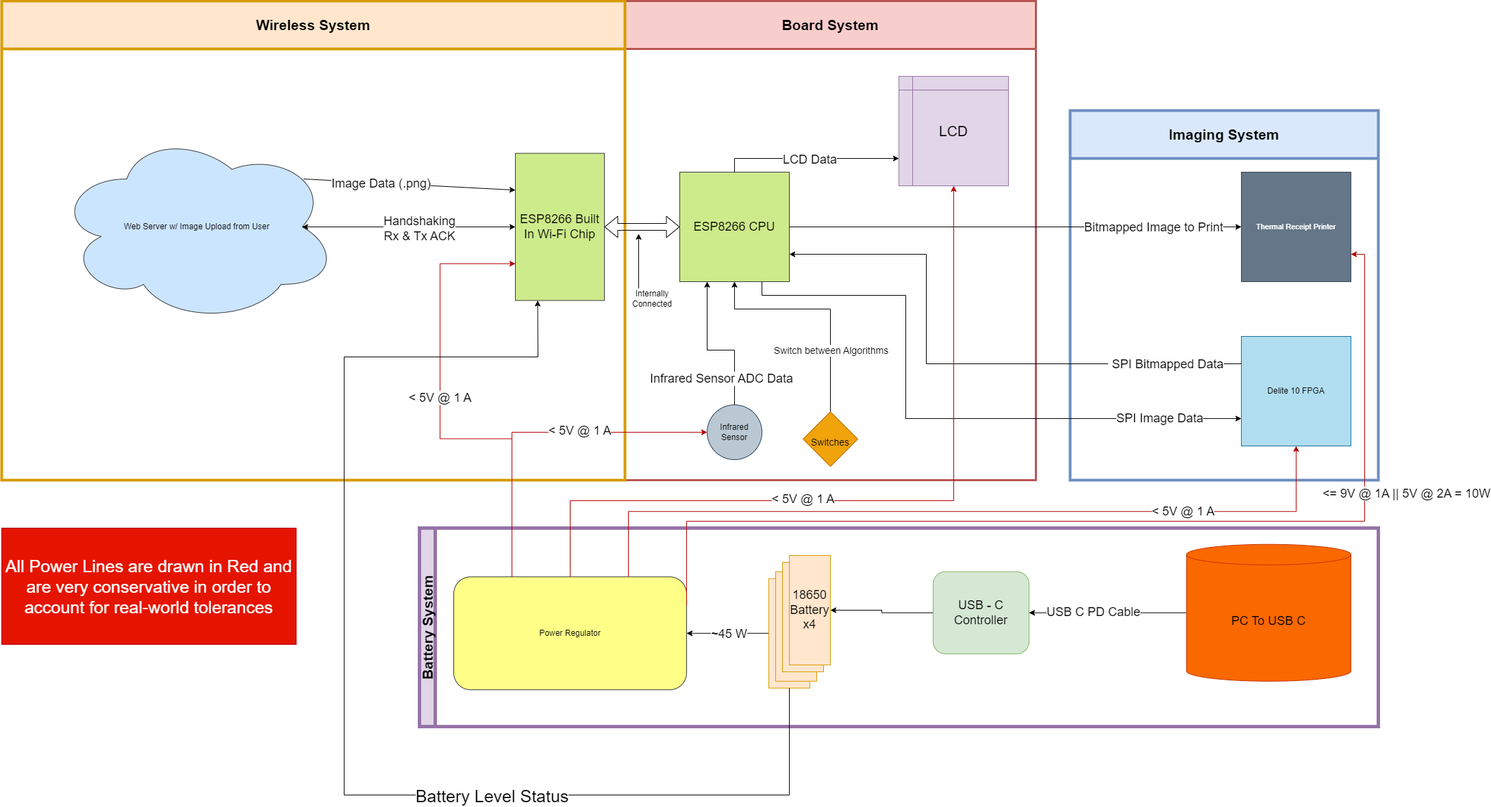
The draw.io diagram Proposal/445_proposal.drawio.png in Jellyyz/Floyd-Steinberg-Dithering-Hardware-Accelerator, before a commit. Source tidied: cells renumbered, new cells last; positions are measured from the earlier drawing's top-left corner, leaving out a move shared by most shapes.
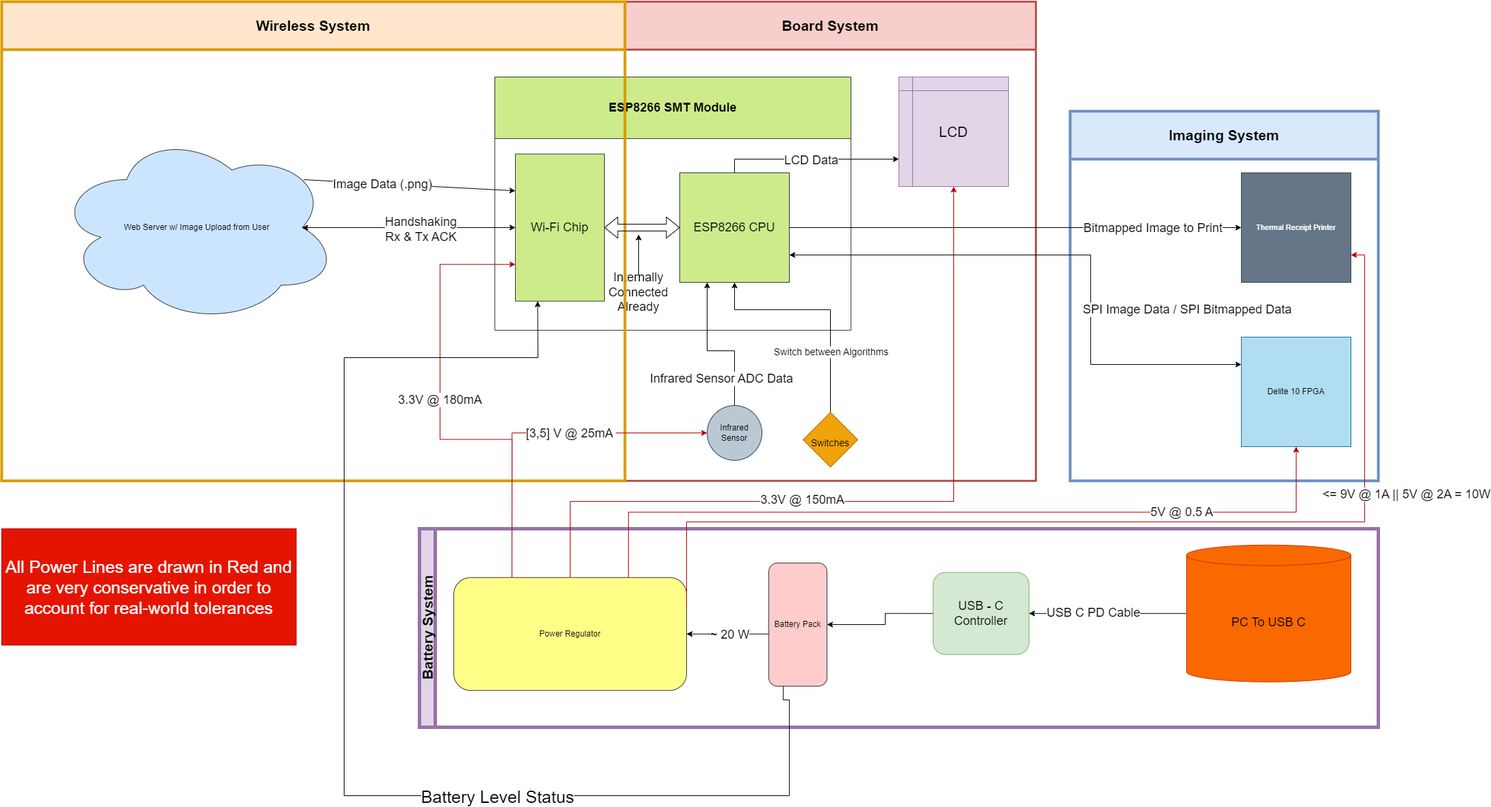
After the change.

Commit message:
design document + datasheets + updated block diagram

Diff of the diagram source:
```diff
@@ -8,9 +8,23 @@
     <mxCell id="3" value="&lt;font style=&quot;font-size: 21px;&quot;&gt;LCD&lt;/font&gt;" style="shape=internalStorage;whiteSpace=wrap;html=1;backgroundOutline=1;fontSize=11;fillColor=#e1d5e7;strokeColor=#9673a6;" parent="2" vertex="1">
       <mxGeometry x="400" y="110" width="160" height="160" as="geometry" />
     </mxCell>
+    <mxCell id="58" value="ESP8266 SMT Module" style="swimlane;whiteSpace=wrap;html=1;fontSize=18;startSize=90;fillColor=#cdeb8b;strokeColor=#36393d;" parent="2" vertex="1">
+      <mxGeometry x="-190" y="110" width="520" height="370" as="geometry" />
+    </mxCell>
+    <mxCell id="57" value="ESP8266 CPU" style="whiteSpace=wrap;html=1;fontSize=18;fillColor=#cdeb8b;strokeColor=#36393d;" parent="58" vertex="1">
+      <mxGeometry x="270" y="140" width="160" height="160" as="geometry" />
+    </mxCell>
+    <mxCell id="59" style="endArrow=classic;html=1;rounded=0;fontSize=18;" parent="58" edge="1">
+      <mxGeometry relative="1" as="geometry">
+        <mxPoint x="210" y="290" as="sourcePoint" />
+        <mxPoint x="210" y="230" as="targetPoint" />
+      </mxGeometry>
+    </mxCell>
+    <mxCell id="60" value="Internally Connected Already" style="text;html=1;strokeColor=none;fillColor=none;align=center;verticalAlign=middle;whiteSpace=wrap;rounded=0;fontSize=18;" parent="58" vertex="1">
+      <mxGeometry x="180" y="300" width="60" height="30" as="geometry" />
+    </mxCell>
-    <mxCell id="4" style="edgeStyle=orthogonalEdgeStyle;rounded=0;jettySize=auto;html=1;exitX=0.5;exitY=0;exitDx=0;exitDy=0;entryX=0.25;entryY=1;entryDx=0;entryDy=0;fontSize=18;" parent="2" edge="1" source="6">
+    <mxCell id="4" style="edgeStyle=orthogonalEdgeStyle;rounded=0;jettySize=auto;html=1;exitX=0.5;exitY=0;exitDx=0;exitDy=0;entryX=0.25;entryY=1;entryDx=0;entryDy=0;fontSize=18;" parent="2" edge="1" source="6" target="57">
       <mxGeometry relative="1" as="geometry">
-        <mxPoint x="120" y="410" as="targetPoint" />
         <Array as="points">
           <mxPoint x="160" y="510" />
           <mxPoint x="120" y="510" />
@@ -25,22 +39,16 @@
     <mxCell id="6" value="Infrared Sensor" style="ellipse;whiteSpace=wrap;html=1;fontSize=12;fillColor=#bac8d3;strokeColor=#23445d;" parent="2" vertex="1">
       <mxGeometry x="120" y="590" width="80" height="80" as="geometry" />
     </mxCell>
-    <mxCell id="7" style="edgeStyle=orthogonalEdgeStyle;rounded=0;jettySize=auto;html=1;exitX=0.5;exitY=0;exitDx=0;exitDy=0;entryX=0;entryY=0.75;entryDx=0;entryDy=0;fontSize=18;" parent="2" edge="1" target="3">
-      <mxGeometry relative="1" as="geometry">
-        <mxPoint x="160" y="250" as="sourcePoint" />
-        <Array as="points">
-          <mxPoint x="160" y="230" />
-        </Array>
-      </mxGeometry>
+    <mxCell id="7" style="edgeStyle=orthogonalEdgeStyle;rounded=0;jettySize=auto;html=1;exitX=0.5;exitY=0;exitDx=0;exitDy=0;entryX=0;entryY=0.75;entryDx=0;entryDy=0;fontSize=18;" parent="2" edge="1" source="57" target="3">
+      <mxGeometry relative="1" as="geometry" />
     </mxCell>
     <mxCell id="8" value="LCD Data" style="edgeLabel;html=1;align=center;verticalAlign=middle;fontSize=18;" parent="7" vertex="1">
       <mxGeometry x="0.22" y="-1" relative="1" as="geometry">
         <mxPoint x="-29" as="offset" />
       </mxGeometry>
     </mxCell>
-    <mxCell id="9" style="edgeStyle=orthogonalEdgeStyle;rounded=0;jettySize=auto;html=1;exitX=0.5;exitY=0;exitDx=0;exitDy=0;entryX=0.5;entryY=1;entryDx=0;entryDy=0;fontSize=14;" parent="2" edge="1" source="11">
+    <mxCell id="9" style="edgeStyle=orthogonalEdgeStyle;rounded=0;jettySize=auto;html=1;exitX=0.5;exitY=0;exitDx=0;exitDy=0;entryX=0.5;entryY=1;entryDx=0;entryDy=0;fontSize=14;" parent="2" edge="1" source="11" target="57">
       <mxGeometry relative="1" as="geometry">
-        <mxPoint x="160" y="410" as="targetPoint" />
         <Array as="points">
           <mxPoint x="300" y="450" />
           <mxPoint x="160" y="450" />
@@ -55,15 +63,6 @@
     <mxCell id="11" value="&lt;font style=&quot;font-size: 14px;&quot;&gt;Switches&lt;/font&gt;" style="rhombus;whiteSpace=wrap;html=1;fontSize=25;fillColor=#f0a30a;fontColor=#000000;strokeColor=#BD7000;" parent="2" vertex="1">
       <mxGeometry x="260" y="600" width="80" height="80" as="geometry" />
     </mxCell>
-    <mxCell id="12" style="endArrow=classic;html=1;rounded=0;" parent="2" edge="1">
-      <mxGeometry relative="1" as="geometry">
-        <mxPoint x="20" y="420" as="sourcePoint" />
-        <mxPoint x="20" y="340" as="targetPoint" />
-      </mxGeometry>
-    </mxCell>
-    <mxCell id="13" value="Internally Connected" style="text;html=1;strokeColor=none;fillColor=none;align=center;verticalAlign=middle;whiteSpace=wrap;rounded=0;" parent="2" vertex="1">
-      <mxGeometry x="10" y="420" width="60" height="30" as="geometry" />
-    </mxCell>
     <mxCell id="14" value="&lt;span style=&quot;font-size: 21px;&quot;&gt;Imaging System&lt;/span&gt;" style="swimlane;whiteSpace=wrap;html=1;startSize=70;fillColor=#dae8fc;strokeColor=#6c8ebf;strokeWidth=4;" parent="1" vertex="1">
       <mxGeometry x="1560" y="160" width="450" height="540" as="geometry" />
     </mxCell>
@@ -76,31 +75,27 @@
     <mxCell id="17" value="Battery System" style="swimlane;horizontal=0;whiteSpace=wrap;html=1;fontSize=21;fillColor=#e1d5e7;strokeColor=#9673a6;strokeWidth=5;" parent="1" vertex="1">
       <mxGeometry x="610" y="770" width="1400" height="290" as="geometry" />
     </mxCell>
-    <mxCell id="18" style="edgeStyle=orthogonalEdgeStyle;rounded=0;jettySize=auto;html=1;exitX=0;exitY=0.5;exitDx=0;exitDy=0;entryX=1;entryY=0.5;entryDx=0;entryDy=0;fontSize=18;" parent="17" edge="1" source="19" target="29">
+    <mxCell id="18" style="edgeStyle=orthogonalEdgeStyle;rounded=0;jettySize=auto;html=1;exitX=0;exitY=0.5;exitDx=0;exitDy=0;entryX=1;entryY=0.5;entryDx=0;entryDy=0;fontSize=18;" parent="17" edge="1" source="19" target="61">
       <mxGeometry relative="1" as="geometry">
         <Array as="points">
-          <mxPoint x="675" y="124" />
-          <mxPoint x="675" y="120" />
+          <mxPoint x="680" y="124" />
+          <mxPoint x="680" y="140" />
         </Array>
       </mxGeometry>
     </mxCell>
     <mxCell id="19" value="&lt;font style=&quot;font-size: 18px;&quot;&gt;USB - C Controller&lt;/font&gt;" style="rounded=1;whiteSpace=wrap;html=1;fontSize=11;fillColor=#d5e8d4;strokeColor=#82b366;" parent="17" vertex="1">
       <mxGeometry x="750" y="63.8" width="140" height="120" as="geometry" />
     </mxCell>
-    <mxCell id="20" style="edgeStyle=orthogonalEdgeStyle;rounded=0;jettySize=auto;html=1;fontSize=18;" parent="17" edge="1" source="22" target="24">
-      <mxGeometry relative="1" as="geometry" />
+    <mxCell id="20" style="edgeStyle=orthogonalEdgeStyle;rounded=0;jettySize=auto;html=1;fontSize=18;" parent="17" edge="1" target="24">
+      <mxGeometry relative="1" as="geometry">
+        <mxPoint x="510" y="153.8" as="sourcePoint" />
+      </mxGeometry>
     </mxCell>
-    <mxCell id="21" value="~45 W" style="edgeLabel;html=1;align=center;verticalAlign=middle;fontSize=18;" parent="20" vertex="1">
+    <mxCell id="21" value="~ 20&amp;nbsp;W" style="edgeLabel;html=1;align=center;verticalAlign=middle;fontSize=18;" parent="20" vertex="1">
       <mxGeometry x="0.2" y="3" relative="1" as="geometry">
         <mxPoint x="13" y="-3" as="offset" />
       </mxGeometry>
     </mxCell>
-    <mxCell id="22" style="rounded=0;whiteSpace=wrap;html=1;fontSize=18;fillColor=#ffe6cc;strokeColor=#d79b00;" parent="17" vertex="1">
-      <mxGeometry x="510" y="73.8" width="60" height="160" as="geometry" />
-    </mxCell>
-    <mxCell id="23" style="rounded=0;whiteSpace=wrap;html=1;fontSize=18;fillColor=#ffe6cc;strokeColor=#d79b00;" parent="17" vertex="1">
-      <mxGeometry x="520" y="63.8" width="60" height="160" as="geometry" />
-    </mxCell>
     <mxCell id="24" value="Power Regulator" style="rounded=1;whiteSpace=wrap;html=1;fontSize=12;fillColor=#ffff88;strokeColor=#36393d;" parent="17" vertex="1">
       <mxGeometry x="50" y="71.2" width="340" height="165" as="geometry" />
     </mxCell>
@@ -113,19 +108,16 @@
     <mxCell id="27" value="PC To USB C" style="shape=cylinder3;whiteSpace=wrap;html=1;boundedLbl=1;backgroundOutline=1;size=15;fontSize=18;fillColor=#fa6800;fontColor=#000000;strokeColor=#C73500;" parent="17" vertex="1">
       <mxGeometry x="1120" y="23.8" width="240" height="200" as="geometry" />
     </mxCell>
-    <mxCell id="28" style="rounded=0;whiteSpace=wrap;html=1;fontSize=18;fillColor=#ffe6cc;strokeColor=#d79b00;" parent="17" vertex="1">
-      <mxGeometry x="530" y="50" width="60" height="160" as="geometry" />
-    </mxCell>
-    <mxCell id="29" value="18650&lt;br&gt;Battery&lt;br&gt;x4" style="rounded=0;whiteSpace=wrap;html=1;fontSize=18;fillColor=#ffe6cc;strokeColor=#d79b00;" parent="17" vertex="1">
-      <mxGeometry x="540" y="40" width="60" height="160" as="geometry" />
-    </mxCell>
+    <mxCell id="61" value="Battery Pack" style="rounded=1;whiteSpace=wrap;html=1;fillColor=#ffcccc;strokeColor=#36393d;" parent="17" vertex="1">
+      <mxGeometry x="510" y="50" width="85" height="180" as="geometry" />
+    </mxCell>
     <mxCell id="30" value="&lt;span style=&quot;font-size: 21px;&quot;&gt;Wireless System&lt;/span&gt;" style="swimlane;whiteSpace=wrap;html=1;startSize=70;fillColor=#ffe6cc;strokeColor=#d79b00;strokeWidth=4;" parent="1" vertex="1">
       <mxGeometry width="910" height="700" as="geometry" />
     </mxCell>
     <mxCell id="31" value="Web Server w/ Image Upload from User" style="ellipse;shape=cloud;whiteSpace=wrap;html=1;fontSize=12;fillColor=#cce5ff;strokeColor=#36393d;" parent="30" vertex="1">
       <mxGeometry x="80" y="190" width="410" height="280" as="geometry" />
     </mxCell>
-    <mxCell id="32" value="ESP8266 Built In Wi-Fi Chip" style="rounded=0;whiteSpace=wrap;html=1;fontSize=18;fillColor=#cdeb8b;strokeColor=#36393d;" parent="30" vertex="1">
+    <mxCell id="32" value="Wi-Fi Chip" style="rounded=0;whiteSpace=wrap;html=1;fontSize=18;fillColor=#cdeb8b;strokeColor=#36393d;" parent="30" vertex="1">
       <mxGeometry x="750" y="222.5" width="130" height="215" as="geometry" />
     </mxCell>
     <mxCell id="33" style="endArrow=classic;html=1;rounded=0;fontSize=18;exitX=0.88;exitY=0.25;exitDx=0;exitDy=0;exitPerimeter=0;entryX=0;entryY=0.25;entryDx=0;entryDy=0;" parent="30" edge="1" source="31" target="32">
@@ -140,44 +132,11 @@
     <mxCell id="36" value="Handshaking&lt;br style=&quot;border-color: var(--border-color);&quot;&gt;Rx &amp;amp; Tx ACK" style="edgeLabel;html=1;align=center;verticalAlign=middle;fontSize=18;" parent="35" vertex="1">
       <mxGeometry x="0.09" y="-2" relative="1" as="geometry" />
     </mxCell>
-    <mxCell id="37" style="shape=flexArrow;endArrow=classic;startArrow=classic;html=1;rounded=0;fontSize=18;entryX=0;entryY=0.5;entryDx=0;entryDy=0;exitX=1;exitY=0.5;exitDx=0;exitDy=0;" parent="1" edge="1" source="32">
-      <mxGeometry relative="1" as="geometry">
-        <mxPoint x="990" y="330" as="targetPoint" />
-      </mxGeometry>
+    <mxCell id="37" style="shape=flexArrow;endArrow=classic;startArrow=classic;html=1;rounded=0;fontSize=18;entryX=0;entryY=0.5;entryDx=0;entryDy=0;exitX=1;exitY=0.5;exitDx=0;exitDy=0;" parent="1" edge="1" source="32" target="57">
+      <mxGeometry relative="1" as="geometry" />
     </mxCell>
-    <mxCell id="38" style="edgeStyle=orthogonalEdgeStyle;rounded=0;jettySize=auto;html=1;exitX=0.75;exitY=1;exitDx=0;exitDy=0;entryX=0;entryY=0.75;entryDx=0;entryDy=0;fontSize=18;" parent="1" edge="1" target="15">
-      <mxGeometry relative="1" as="geometry">
-        <mxPoint x="1110" y="410" as="sourcePoint" />
-        <Array as="points">
-          <mxPoint x="1110" y="430" />
-          <mxPoint x="1320" y="430" />
-          <mxPoint x="1320" y="610" />
-        </Array>
-      </mxGeometry>
-    </mxCell>
-    <mxCell id="39" value="SPI Image Data" style="edgeLabel;html=1;align=center;verticalAlign=middle;fontSize=18;" parent="38" vertex="1">
-      <mxGeometry x="-0.24" y="-1" relative="1" as="geometry">
-        <mxPoint x="371" y="69" as="offset" />
-      </mxGeometry>
-    </mxCell>
-    <mxCell id="40" style="edgeStyle=orthogonalEdgeStyle;rounded=0;jettySize=auto;html=1;exitX=0;exitY=0.25;exitDx=0;exitDy=0;entryX=1;entryY=0.75;entryDx=0;entryDy=0;fontSize=18;" parent="1" edge="1" source="15">
-      <mxGeometry relative="1" as="geometry">
-        <mxPoint x="1150" y="370" as="targetPoint" />
-        <Array as="points">
-          <mxPoint x="1350" y="530" />
-          <mxPoint x="1350" y="370" />
-        </Array>
-      </mxGeometry>
-    </mxCell>
-    <mxCell id="41" value="&amp;nbsp;SPI Bitmapped Data" style="edgeLabel;html=1;align=center;verticalAlign=middle;fontSize=18;" parent="40" vertex="1">
-      <mxGeometry x="-0.71" y="2" relative="1" as="geometry">
-        <mxPoint x="6" y="-2" as="offset" />
-      </mxGeometry>
-    </mxCell>
-    <mxCell id="42" style="edgeStyle=orthogonalEdgeStyle;rounded=0;jettySize=auto;html=1;exitX=1;exitY=0.5;exitDx=0;exitDy=0;fontSize=18;entryX=0;entryY=0.5;entryDx=0;entryDy=0;" parent="1" edge="1" target="16">
-      <mxGeometry relative="1" as="geometry">
-        <mxPoint x="1150" y="330" as="sourcePoint" />
-      </mxGeometry>
+    <mxCell id="42" style="edgeStyle=orthogonalEdgeStyle;rounded=0;jettySize=auto;html=1;exitX=1;exitY=0.5;exitDx=0;exitDy=0;fontSize=18;entryX=0;entryY=0.5;entryDx=0;entryDy=0;" parent="1" edge="1" source="57" target="16">
+      <mxGeometry relative="1" as="geometry" />
     </mxCell>
     <mxCell id="43" value="Bitmapped Image to Print" style="edgeLabel;html=1;align=center;verticalAlign=middle;fontSize=18;" parent="42" vertex="1">
       <mxGeometry x="0.13" y="-1" relative="1" as="geometry">
@@ -187,15 +146,15 @@
     <mxCell id="44" style="edgeStyle=orthogonalEdgeStyle;rounded=0;jettySize=auto;html=1;exitX=0.25;exitY=0;exitDx=0;exitDy=0;entryX=0;entryY=0.75;entryDx=0;entryDy=0;fontSize=18;fillColor=#e51400;strokeColor=#B20000;" parent="1" edge="1" source="24" target="32">
       <mxGeometry relative="1" as="geometry" />
     </mxCell>
-    <mxCell id="45" value="&amp;lt; 5V @ 1 A" style="edgeLabel;html=1;align=center;verticalAlign=middle;fontSize=18;" parent="44" vertex="1">
+    <mxCell id="45" value="3.3V @ 180mA" style="edgeLabel;html=1;align=center;verticalAlign=middle;fontSize=18;" parent="44" vertex="1">
       <mxGeometry x="0.09" y="1" relative="1" as="geometry" />
     </mxCell>
     <mxCell id="46" style="edgeStyle=orthogonalEdgeStyle;rounded=0;jettySize=auto;html=1;exitX=0.25;exitY=0;exitDx=0;exitDy=0;entryX=0;entryY=0.5;entryDx=0;entryDy=0;fontSize=18;fillColor=#e51400;strokeColor=#B20000;" parent="1" edge="1" source="24" target="6">
       <mxGeometry relative="1" as="geometry" />
     </mxCell>
-    <mxCell id="47" value="&amp;lt; 5V @ 1 A" style="edgeLabel;html=1;align=center;verticalAlign=middle;fontSize=18;" parent="46" vertex="1">
+    <mxCell id="47" value="[3,5] V @ 25mA&amp;nbsp;" style="edgeLabel;html=1;align=center;verticalAlign=middle;fontSize=18;" parent="46" vertex="1">
       <mxGeometry x="0.25" y="3" relative="1" as="geometry">
-        <mxPoint x="-1" as="offset" />
+        <mxPoint x="-13" y="3" as="offset" />
       </mxGeometry>
     </mxCell>
     <mxCell id="48" style="edgeStyle=orthogonalEdgeStyle;rounded=0;jettySize=auto;html=1;exitX=0.5;exitY=0;exitDx=0;exitDy=0;entryX=0.5;entryY=1;entryDx=0;entryDy=0;fontSize=18;fillColor=#e51400;strokeColor=#B20000;" parent="1" edge="1" source="24" target="3">
@@ -206,13 +165,13 @@
         </Array>
       </mxGeometry>
     </mxCell>
-    <mxCell id="49" value="&amp;lt; 5V @ 1 A" style="edgeLabel;html=1;align=center;verticalAlign=middle;fontSize=18;" parent="48" vertex="1">
+    <mxCell id="49" value="3.3V @ 150mA" style="edgeLabel;html=1;align=center;verticalAlign=middle;fontSize=18;" parent="48" vertex="1">
       <mxGeometry x="-0.21" y="3" relative="1" as="geometry" />
     </mxCell>
     <mxCell id="50" style="edgeStyle=orthogonalEdgeStyle;rounded=0;jettySize=auto;html=1;exitX=0.75;exitY=0;exitDx=0;exitDy=0;entryX=0.5;entryY=1;entryDx=0;entryDy=0;fontSize=18;fillColor=#e51400;strokeColor=#B20000;" parent="1" edge="1" source="24" target="15">
       <mxGeometry relative="1" as="geometry" />
     </mxCell>
-    <mxCell id="51" value="&amp;lt; 5V @ 1 A" style="edgeLabel;html=1;align=center;verticalAlign=middle;fontSize=18;" parent="50" vertex="1">
+    <mxCell id="51" value="5V @ 0.5 A" style="edgeLabel;html=1;align=center;verticalAlign=middle;fontSize=18;" parent="50" vertex="1">
       <mxGeometry x="0.55" y="1" relative="1" as="geometry">
         <mxPoint x="-1" as="offset" />
       </mxGeometry>
@@ -234,9 +193,11 @@
     <mxCell id="54" value="&lt;font style=&quot;font-size: 25px;&quot;&gt;All Power Lines are drawn in Red and are very conservative in order to account for real-world tolerances&lt;/font&gt;" style="text;html=1;strokeColor=#B20000;fillColor=#e51400;align=center;verticalAlign=middle;whiteSpace=wrap;rounded=0;fontSize=18;fontColor=#ffffff;" parent="1" vertex="1">
       <mxGeometry y="770" width="430" height="170" as="geometry" />
     </mxCell>
-    <mxCell id="55" style="endArrow=classic;html=1;rounded=0;fontSize=25;exitX=0.5;exitY=1;exitDx=0;exitDy=0;entryX=0.25;entryY=1;entryDx=0;entryDy=0;" parent="1" edge="1" source="22" target="32">
+    <mxCell id="55" style="endArrow=classic;html=1;rounded=0;fontSize=25;exitX=0.25;exitY=1;exitDx=0;exitDy=0;entryX=0.25;entryY=1;entryDx=0;entryDy=0;" parent="1" edge="1" source="61" target="32">
       <mxGeometry relative="1" as="geometry">
         <Array as="points">
+          <mxPoint x="1141" y="1020" />
+          <mxPoint x="1150" y="1020" />
           <mxPoint x="1150" y="1160" />
           <mxPoint x="500" y="1160" />
           <mxPoint x="500" y="520" />
@@ -249,8 +210,18 @@
         <mxPoint x="1" as="offset" />
       </mxGeometry>
     </mxCell>
-    <mxCell id="57" value="ESP8266 CPU" style="whiteSpace=wrap;html=1;fontSize=18;fillColor=#cdeb8b;strokeColor=#36393d;" parent="1" vertex="1">
-      <mxGeometry x="990" y="250" width="160" height="160" as="geometry" />
-    </mxCell>
+    <mxCell id="62" style="endArrow=classic;startArrow=classic;html=1;rounded=0;fontSize=18;exitX=1;exitY=0.75;exitDx=0;exitDy=0;entryX=0;entryY=0.25;entryDx=0;entryDy=0;" parent="1" edge="1" source="57" target="15">
+      <mxGeometry relative="1" as="geometry">
+        <Array as="points">
+          <mxPoint x="1590" y="370" />
+          <mxPoint x="1590" y="530" />
+        </Array>
+      </mxGeometry>
+    </mxCell>
+    <mxCell id="63" value="SPI Image Data /&amp;nbsp;SPI Bitmapped Data" style="edgeLabel;html=1;align=center;verticalAlign=middle;fontSize=18;" parent="62" vertex="1">
+      <mxGeometry x="0.31" relative="1" as="geometry">
+        <mxPoint x="140" y="-16" as="offset" />
+      </mxGeometry>
+    </mxCell>
   </root>
 </mxGraphModel>
```
